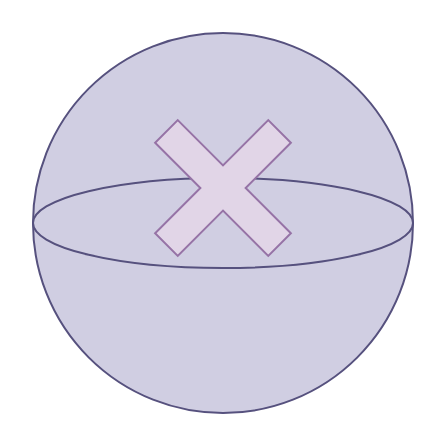
Before: page "violet" (6 of 18) of doc/splat-capsule.drawio in hiyoko3/splat-capsule-simulator, a draw.io diagram. Source tidied: cells renumbered, new cells numbered last; positions are measured from the earlier drawing's top-left corner, leaving out a move shared by most shapes. Both pictures are drawn from the tidied source at 200%, with x=0, y=0 at pixel (32, 32).
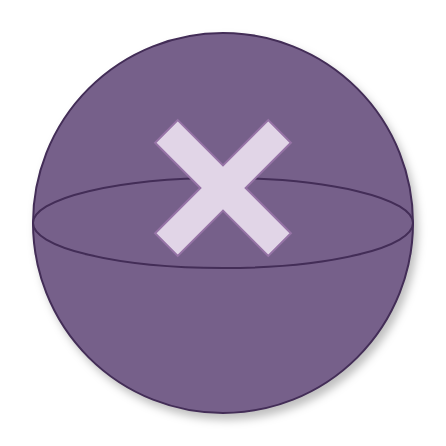
The same page after the edit.

Diff of the diagram source:
```diff
@@
 <mxGraphModel>
   <root>
     <mxCell id="0" />
     <mxCell id="1" parent="0" />
     <mxCell id="2" style="group;" parent="1" vertex="1">
       <mxGeometry width="190" height="190" as="geometry" />
     </mxCell>
-    <mxCell id="3" style="ellipse;whiteSpace=wrap;html=1;fillColor=#d0cee2;strokeColor=#56517e;" parent="2" vertex="1">
+    <mxCell id="3" style="ellipse;whiteSpace=wrap;html=1;fillColor=#76608a;strokeColor=#432D57;shadow=1;fontColor=#ffffff;" parent="2" vertex="1">
       <mxGeometry width="190" height="190" as="geometry" />
     </mxCell>
-    <mxCell id="4" style="ellipse;whiteSpace=wrap;html=1;fillColor=#d0cee2;strokeColor=#56517e;" parent="2" vertex="1">
+    <mxCell id="4" style="ellipse;whiteSpace=wrap;html=1;fillColor=#76608a;strokeColor=#432D57;fontColor=#ffffff;" parent="2" vertex="1">
       <mxGeometry y="72.5" width="190" height="45" as="geometry" />
     </mxCell>
     <mxCell id="5" style="shape=cross;whiteSpace=wrap;html=1;rotation=45;fillColor=#e1d5e7;strokeColor=#9673a6;" parent="2" vertex="1">
       <mxGeometry x="55" y="37.5" width="80" height="80" as="geometry" />
     </mxCell>
   </root>
 </mxGraphModel>
```
